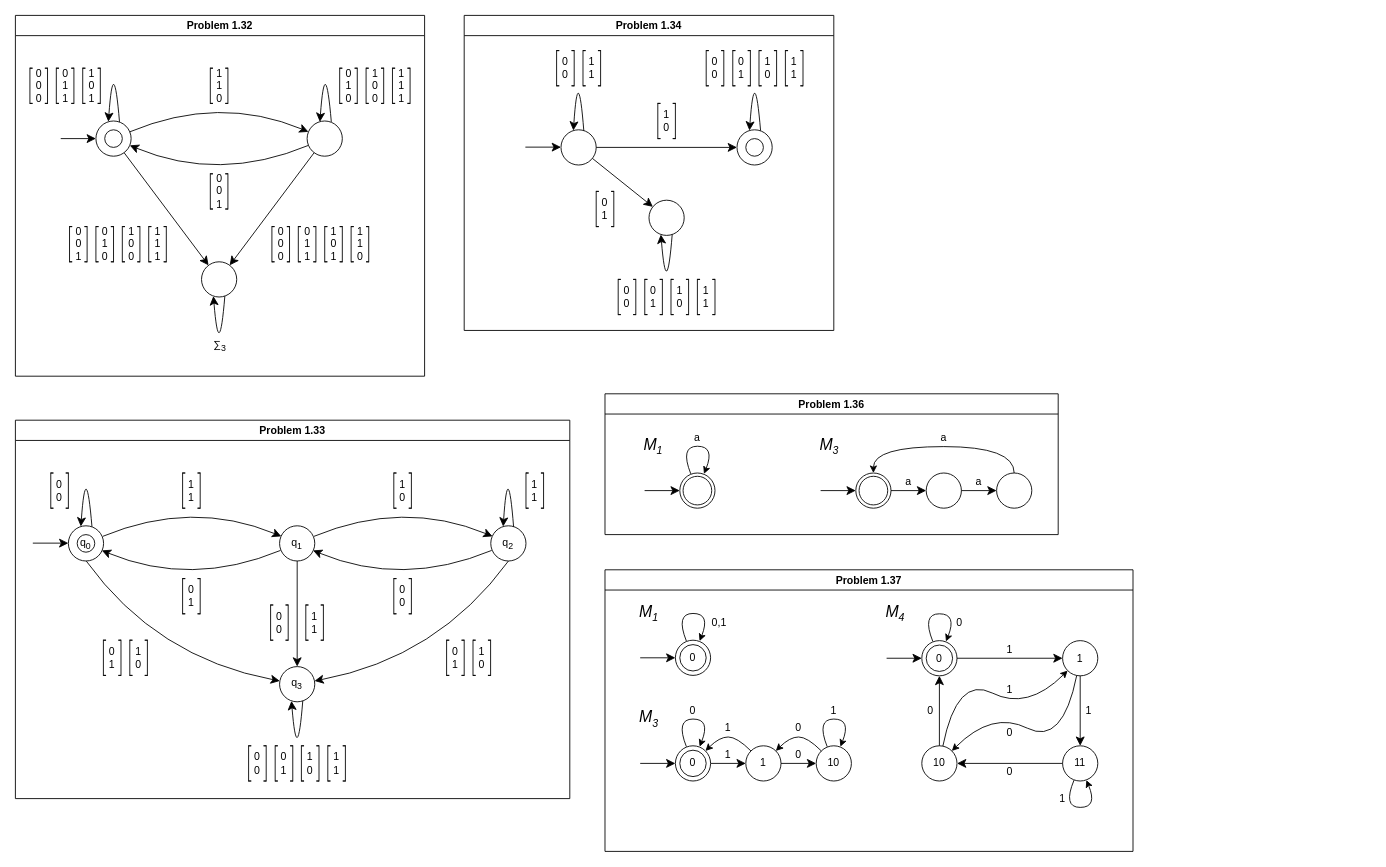
The draw.io diagram page "P1.xx" (2 of 8) of Introduction.to.the.Theory.of.Computation.3e/Figures/Firgures.drawio in mehshan/tcs, before the edit. Source tidied: cells renumbered, new cells numbered last; positions are measured from the earlier drawing's top-left corner, leaving out a move shared by most shapes. Both pictures are drawn from the tidied source at 88%, with x=0, y=0 at pixel (15, 15).
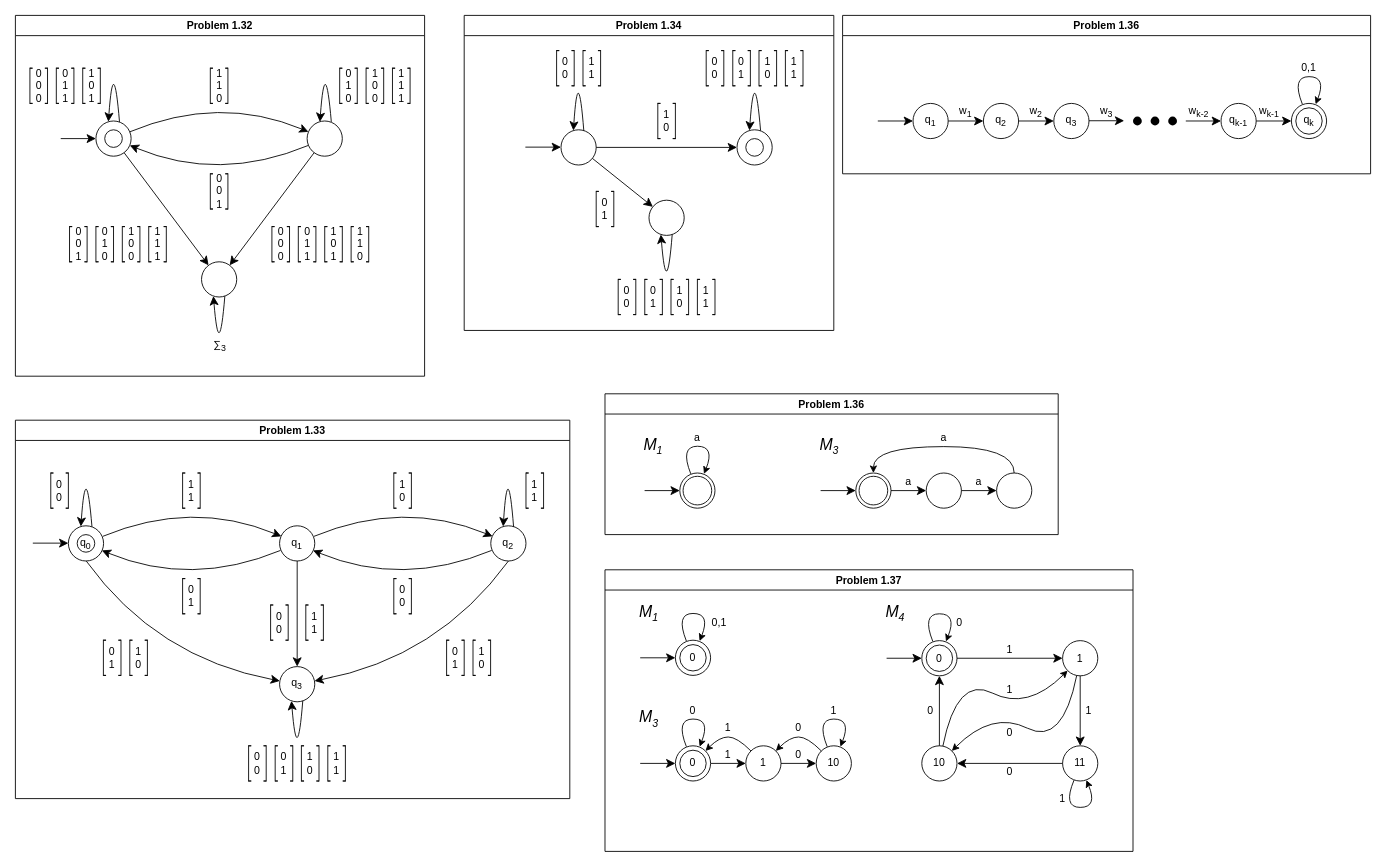
The same diagram, later.

The edit, as a diff of the source:
```diff
@@
+    <mxCell id="385" value="Problem 1.36" style="swimlane;" parent="1" vertex="1">
+      <mxGeometry x="940" width="600" height="180" as="geometry" />
+    </mxCell>
+    <mxCell id="386" value="q&lt;sub&gt;2&lt;/sub&gt;" style="ellipse;whiteSpace=wrap;html=1;" parent="385" vertex="1">
+      <mxGeometry x="160" y="100" width="40" height="40" as="geometry" />
+    </mxCell>
+    <mxCell id="387" style="group;" parent="385" vertex="1">
+      <mxGeometry x="510" y="100" width="40" height="40" as="geometry" />
+    </mxCell>
+    <mxCell id="388" style="ellipse;whiteSpace=wrap;html=1;" parent="387" vertex="1">
+      <mxGeometry width="40" height="40" as="geometry" />
+    </mxCell>
+    <mxCell id="389" value="q&lt;sub&gt;k&lt;/sub&gt;" style="ellipse;whiteSpace=wrap;html=1;" parent="387" vertex="1">
+      <mxGeometry x="5" y="5" width="30" height="30" as="geometry" />
+    </mxCell>
+    <mxCell id="390" style="endArrow=classic;html=1;rounded=0;strokeWidth=1;endSize=8;" parent="385" edge="1" target="388">
+      <mxGeometry relative="1" as="geometry">
+        <mxPoint x="470" y="120" as="sourcePoint" />
+      </mxGeometry>
+    </mxCell>
+    <mxCell id="391" style="endArrow=classic;html=1;rounded=0;strokeWidth=1;endSize=8;" parent="385" edge="1" target="394">
+      <mxGeometry relative="1" as="geometry">
+        <mxPoint x="40" y="120" as="sourcePoint" />
+      </mxGeometry>
+    </mxCell>
+    <mxCell id="392" style="endArrow=classic;html=1;rounded=0;strokeWidth=1;endSize=8;" parent="385" edge="1" source="394" target="386">
+      <mxGeometry relative="1" as="geometry" />
+    </mxCell>
+    <mxCell id="393" value="w&lt;sub&gt;1&lt;/sub&gt;" style="text;html=1;align=center;verticalAlign=middle;whiteSpace=wrap;rounded=0;" parent="385" vertex="1">
+      <mxGeometry x="130" y="100" width="20" height="20" as="geometry" />
+    </mxCell>
+    <mxCell id="394" value="q&lt;sub&gt;1&lt;/sub&gt;" style="ellipse;whiteSpace=wrap;html=1;" parent="385" vertex="1">
+      <mxGeometry x="80" y="100" width="40" height="40" as="geometry" />
+    </mxCell>
+    <mxCell id="395" value="w&lt;sub&gt;2&lt;/sub&gt;" style="text;html=1;align=center;verticalAlign=middle;whiteSpace=wrap;rounded=0;" parent="385" vertex="1">
+      <mxGeometry x="210" y="100" width="20" height="20" as="geometry" />
+    </mxCell>
+    <mxCell id="396" value="w&lt;sub&gt;3&lt;/sub&gt;" style="text;html=1;align=center;verticalAlign=middle;whiteSpace=wrap;rounded=0;" parent="385" vertex="1">
+      <mxGeometry x="290" y="100" width="20" height="20" as="geometry" />
+    </mxCell>
+    <mxCell id="397" value="q&lt;sub&gt;3&lt;/sub&gt;" style="ellipse;whiteSpace=wrap;html=1;" parent="385" vertex="1">
+      <mxGeometry x="240" y="100" width="40" height="40" as="geometry" />
+    </mxCell>
+    <mxCell id="398" style="endArrow=classic;html=1;rounded=0;strokeWidth=1;endSize=8;" parent="385" edge="1" source="386" target="397">
+      <mxGeometry relative="1" as="geometry" />
+    </mxCell>
+    <mxCell id="399" style="endArrow=classic;html=1;rounded=0;strokeWidth=1;endSize=8;" parent="385" edge="1">
+      <mxGeometry relative="1" as="geometry">
+        <mxPoint x="280" y="119.7" as="sourcePoint" />
+        <mxPoint x="320" y="119.7" as="targetPoint" />
+      </mxGeometry>
+    </mxCell>
+    <mxCell id="400" style="shape=ellipse;fillColor=#000000;strokeColor=none;html=1;sketch=0;" parent="385" vertex="1">
+      <mxGeometry x="330" y="115" width="10" height="10" as="geometry" />
+    </mxCell>
+    <mxCell id="401" style="shape=ellipse;fillColor=#000000;strokeColor=none;html=1;sketch=0;" parent="385" vertex="1">
+      <mxGeometry x="350" y="115" width="10" height="10" as="geometry" />
+    </mxCell>
+    <mxCell id="402" style="shape=ellipse;fillColor=#000000;strokeColor=none;html=1;sketch=0;" parent="385" vertex="1">
+      <mxGeometry x="370" y="115" width="10" height="10" as="geometry" />
+    </mxCell>
+    <mxCell id="403" value="w&lt;sub&gt;k-1&lt;/sub&gt;" style="text;html=1;align=center;verticalAlign=middle;whiteSpace=wrap;rounded=0;" parent="385" vertex="1">
+      <mxGeometry x="470" y="100" width="30" height="20" as="geometry" />
+    </mxCell>
+    <mxCell id="404" style="curved=1;endArrow=classic;html=1;rounded=0;" parent="385" edge="1">
+      <mxGeometry relative="1" as="geometry">
+        <mxPoint x="522.5" y="101" as="sourcePoint" />
+        <mxPoint x="537.5" y="101" as="targetPoint" />
+        <Array as="points">
+          <mxPoint x="510" y="69.6" />
+          <mxPoint x="550" y="69.6" />
+        </Array>
+      </mxGeometry>
+    </mxCell>
+    <mxCell id="405" value="0,1" style="text;html=1;align=center;verticalAlign=middle;whiteSpace=wrap;rounded=0;" parent="385" vertex="1">
+      <mxGeometry x="520" y="50" width="20" height="20" as="geometry" />
+    </mxCell>
+    <mxCell id="406" value="q&lt;sub&gt;k-1&lt;/sub&gt;" style="ellipse;whiteSpace=wrap;html=1;" parent="385" vertex="1">
+      <mxGeometry x="430" y="100" width="40" height="40" as="geometry" />
+    </mxCell>
+    <mxCell id="407" style="endArrow=classic;html=1;rounded=0;strokeWidth=1;endSize=8;" parent="385" edge="1">
+      <mxGeometry relative="1" as="geometry">
+        <mxPoint x="390" y="120" as="sourcePoint" />
+        <mxPoint x="430" y="120" as="targetPoint" />
+      </mxGeometry>
+    </mxCell>
+    <mxCell id="408" value="w&lt;sub&gt;k-2&lt;/sub&gt;" style="text;html=1;align=center;verticalAlign=middle;whiteSpace=wrap;rounded=0;" parent="385" vertex="1">
+      <mxGeometry x="390" y="100" width="30" height="20" as="geometry" />
+    </mxCell>
```
